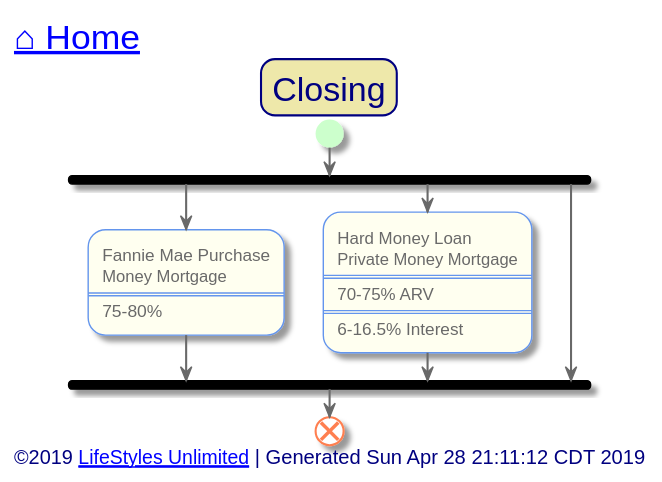
This is out/src/single-family/closing.svg from toddmo/lifestylesunlimited, a PlantUML export, as it was before one commit.
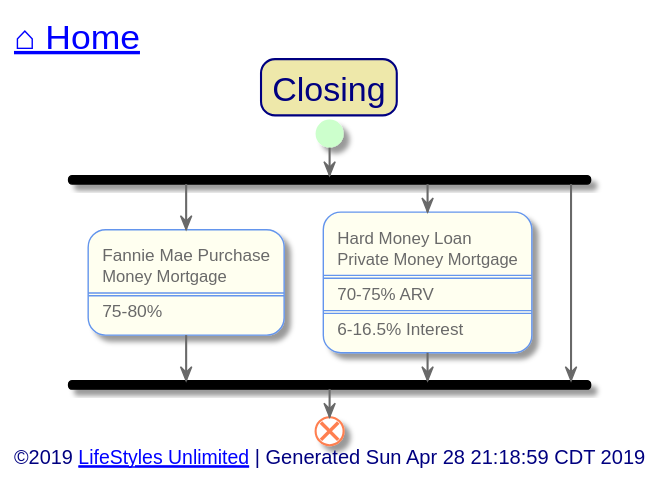
Above is the later version.

The edit, as a diff of the source:
```diff
@@ -104,7 +104,7 @@
 
 
 left footer
-	<font size=14>©2019 [[http://www.lifestylesunlimited.com LifeStyles Unlimited]] | Generated Sun Apr 28 21:11:12 CDT 2019</font>
+	<font size=14>©2019 [[http://www.lifestylesunlimited.com LifeStyles Unlimited]] | Generated Sun Apr 28 21:18:59 CDT 2019</font>
 endfooter
 
 
```
